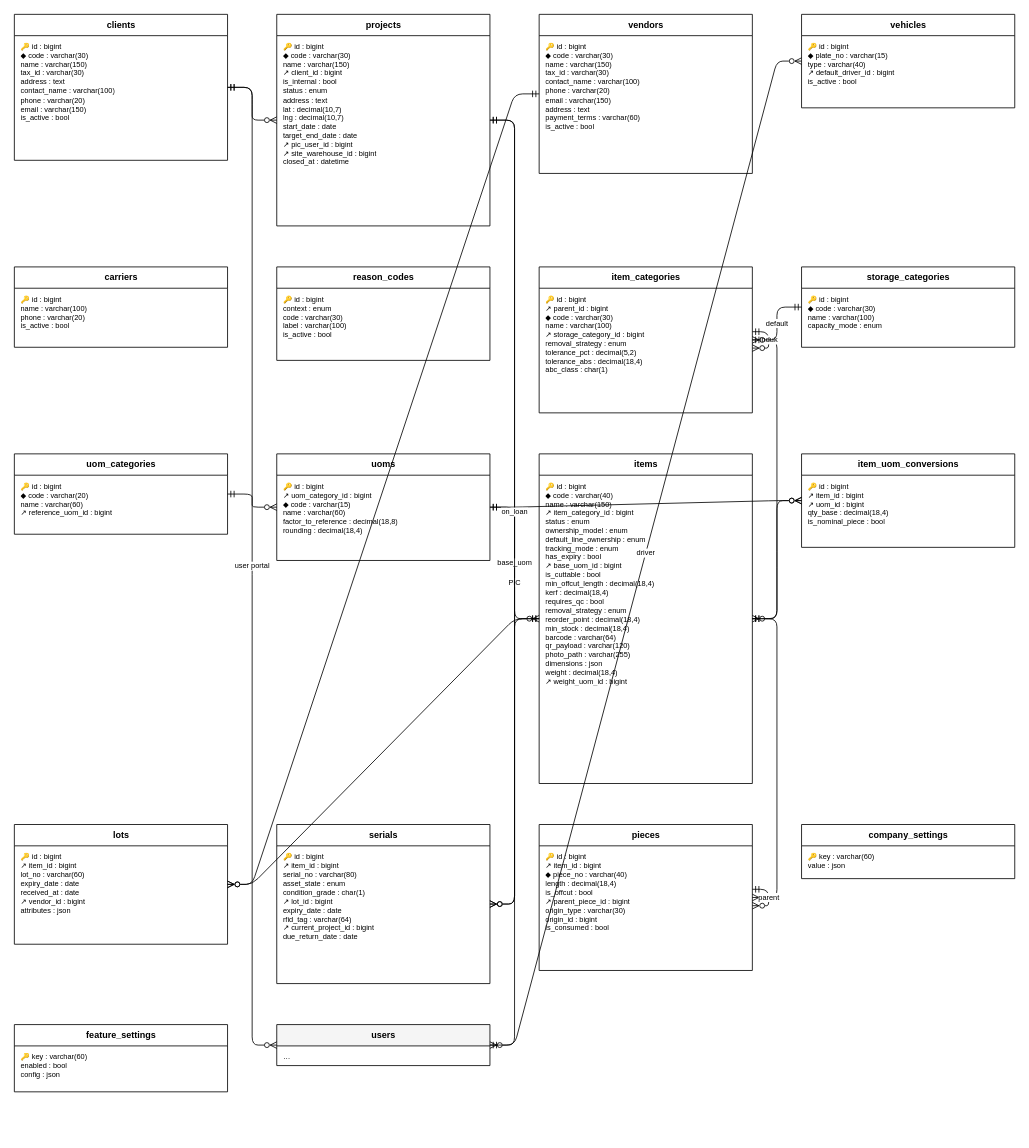
Above: docs/diagram/erd-master.drawio in HengkyDarmawan/wms (draw.io), before the change. Source tidied: cells renumbered, new cells numbered last; positions are measured from the earlier drawing's top-left corner, leaving out a move shared by most shapes. Both pictures are drawn from the tidied source at 82%, with x=0, y=0 at pixel (14, 14).
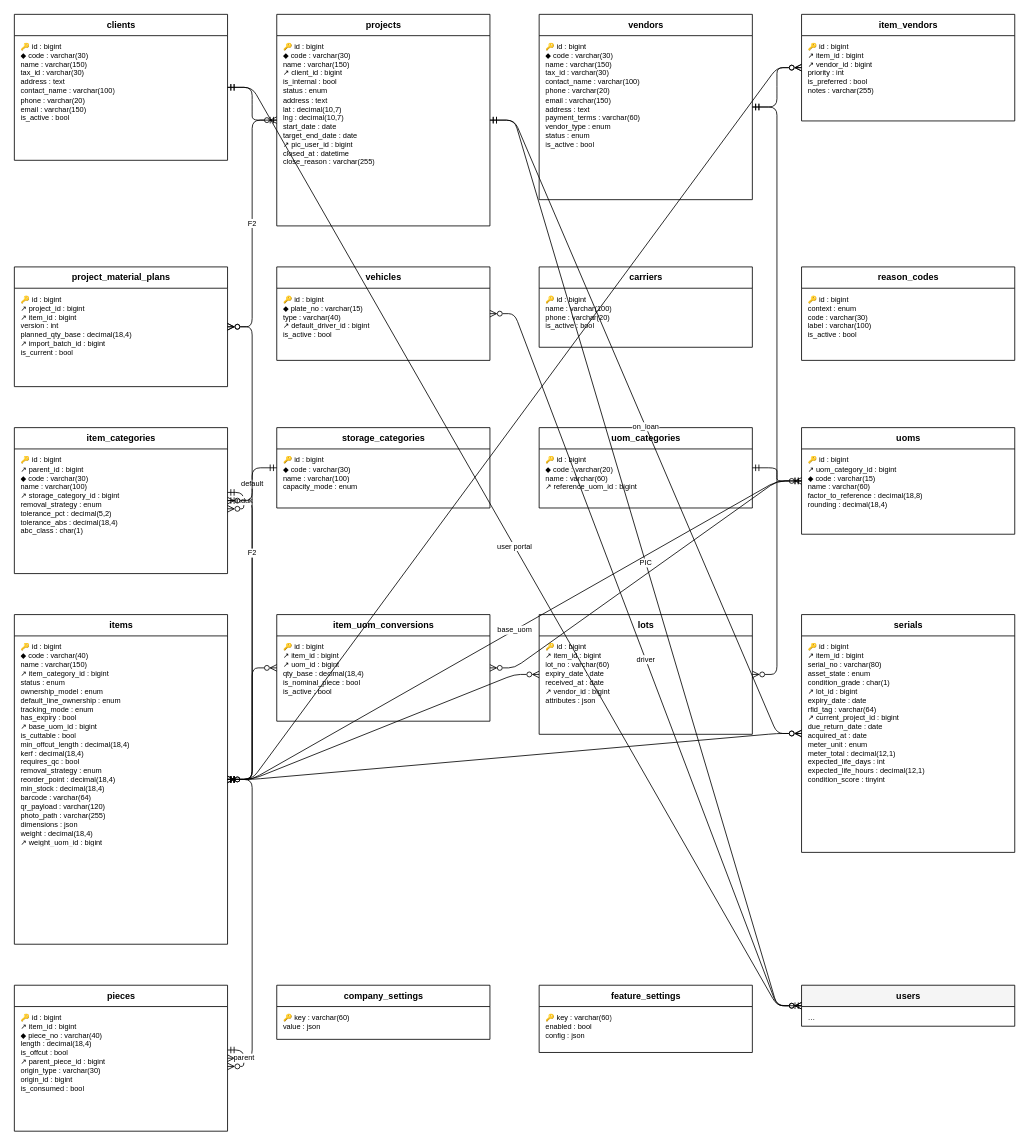
Above is the later version.

The change refers to these unchanged cells:
```xml
<mxCell id="4" value="projects" style="swimlane;fontStyle=1;horizontal=1;startSize=26;html=1;fontSize=11;fillColor=#FFFFFF;" parent="1" vertex="1">
  <mxGeometry x="320" width="260" height="258" as="geometry" />
</mxCell>
```

What changed in the source:
```diff
@@
-    <mxCell id="5" value="🔑 id : bigint&lt;br&gt;◆ code : varchar(30)&lt;br&gt;name : varchar(150)&lt;br&gt;↗ client_id : bigint&lt;br&gt;is_internal : bool&lt;br&gt;status : enum&lt;br&gt;address : text&lt;br&gt;lat : decimal(10,7)&lt;br&gt;lng : decimal(10,7)&lt;br&gt;start_date : date&lt;br&gt;target_end_date : date&lt;br&gt;↗ pic_user_id : bigint&lt;br&gt;↗ site_warehouse_id : bigint&lt;br&gt;closed_at : datetime" style="text;html=1;strokeColor=none;fillColor=none;align=left;verticalAlign=top;spacingLeft=6;spacingTop=2;fontSize=9;whiteSpace=wrap;overflow=hidden;" parent="4" vertex="1">
+    <mxCell id="5" value="🔑 id : bigint&lt;br&gt;◆ code : varchar(30)&lt;br&gt;name : varchar(150)&lt;br&gt;↗ client_id : bigint&lt;br&gt;is_internal : bool&lt;br&gt;status : enum&lt;br&gt;address : text&lt;br&gt;lat : decimal(10,7)&lt;br&gt;lng : decimal(10,7)&lt;br&gt;start_date : date&lt;br&gt;target_end_date : date&lt;br&gt;↗ pic_user_id : bigint&lt;br&gt;closed_at : datetime&lt;br&gt;close_reason : varchar(255)" style="text;html=1;strokeColor=none;fillColor=none;align=left;verticalAlign=top;spacingLeft=6;spacingTop=2;fontSize=9;whiteSpace=wrap;overflow=hidden;" parent="4" vertex="1">
       <mxGeometry y="26" width="260" height="232" as="geometry" />
     </mxCell>
     <mxCell id="6" value="vendors" style="swimlane;fontStyle=1;horizontal=1;startSize=26;html=1;fontSize=11;fillColor=#FFFFFF;" parent="1" vertex="1">
-      <mxGeometry x="640" width="260" height="194" as="geometry" />
+      <mxGeometry x="640" width="260" height="226" as="geometry" />
     </mxCell>
-    <mxCell id="7" value="🔑 id : bigint&lt;br&gt;◆ code : varchar(30)&lt;br&gt;name : varchar(150)&lt;br&gt;tax_id : varchar(30)&lt;br&gt;contact_name : varchar(100)&lt;br&gt;phone : varchar(20)&lt;br&gt;email : varchar(150)&lt;br&gt;address : text&lt;br&gt;payment_terms : varchar(60)&lt;br&gt;is_active : bool" style="text;html=1;strokeColor=none;fillColor=none;align=left;verticalAlign=top;spacingLeft=6;spacingTop=2;fontSize=9;whiteSpace=wrap;overflow=hidden;" parent="6" vertex="1">
-      <mxGeometry y="26" width="260" height="168" as="geometry" />
+    <mxCell id="7" value="🔑 id : bigint&lt;br&gt;◆ code : varchar(30)&lt;br&gt;name : varchar(150)&lt;br&gt;tax_id : varchar(30)&lt;br&gt;contact_name : varchar(100)&lt;br&gt;phone : varchar(20)&lt;br&gt;email : varchar(150)&lt;br&gt;address : text&lt;br&gt;payment_terms : varchar(60)&lt;br&gt;vendor_type : enum&lt;br&gt;status : enum&lt;br&gt;is_active : bool" style="text;html=1;strokeColor=none;fillColor=none;align=left;verticalAlign=top;spacingLeft=6;spacingTop=2;fontSize=9;whiteSpace=wrap;overflow=hidden;" parent="6" vertex="1">
+      <mxGeometry y="26" width="260" height="200" as="geometry" />
     </mxCell>
+    <mxCell id="55" value="item_vendors" style="swimlane;fontStyle=1;horizontal=1;startSize=26;html=1;fontSize=11;fillColor=#FFFFFF;" parent="1" vertex="1">
+      <mxGeometry x="960" width="260" height="130" as="geometry" />
+    </mxCell>
+    <mxCell id="56" value="🔑 id : bigint&lt;br&gt;↗ item_id : bigint&lt;br&gt;↗ vendor_id : bigint&lt;br&gt;priority : int&lt;br&gt;is_preferred : bool&lt;br&gt;notes : varchar(255)" style="text;html=1;strokeColor=none;fillColor=none;align=left;verticalAlign=top;spacingLeft=6;spacingTop=2;fontSize=9;whiteSpace=wrap;overflow=hidden;" parent="55" vertex="1">
+      <mxGeometry y="26" width="260" height="104" as="geometry" />
+    </mxCell>
+    <mxCell id="57" value="project_material_plans" style="swimlane;fontStyle=1;horizontal=1;startSize=26;html=1;fontSize=11;fillColor=#FFFFFF;" parent="1" vertex="1">
+      <mxGeometry y="308" width="260" height="146" as="geometry" />
+    </mxCell>
+    <mxCell id="58" value="🔑 id : bigint&lt;br&gt;↗ project_id : bigint&lt;br&gt;↗ item_id : bigint&lt;br&gt;version : int&lt;br&gt;planned_qty_base : decimal(18,4)&lt;br&gt;↗ import_batch_id : bigint&lt;br&gt;is_current : bool" style="text;html=1;strokeColor=none;fillColor=none;align=left;verticalAlign=top;spacingLeft=6;spacingTop=2;fontSize=9;whiteSpace=wrap;overflow=hidden;" parent="57" vertex="1">
+      <mxGeometry y="26" width="260" height="120" as="geometry" />
+    </mxCell>
     <mxCell id="8" value="vehicles" style="swimlane;fontStyle=1;horizontal=1;startSize=26;html=1;fontSize=11;fillColor=#FFFFFF;" parent="1" vertex="1">
-      <mxGeometry x="960" width="260" height="114" as="geometry" />
+      <mxGeometry x="320" y="308" width="260" height="114" as="geometry" />
     </mxCell>
@@
     <mxCell id="10" value="carriers" style="swimlane;fontStyle=1;horizontal=1;startSize=26;html=1;fontSize=11;fillColor=#FFFFFF;" parent="1" vertex="1">
-      <mxGeometry y="308" width="260" height="98" as="geometry" />
+      <mxGeometry x="640" y="308" width="260" height="98" as="geometry" />
     </mxCell>
@@
     <mxCell id="12" value="reason_codes" style="swimlane;fontStyle=1;horizontal=1;startSize=26;html=1;fontSize=11;fillColor=#FFFFFF;" parent="1" vertex="1">
-      <mxGeometry x="320" y="308" width="260" height="114" as="geometry" />
+      <mxGeometry x="960" y="308" width="260" height="114" as="geometry" />
     </mxCell>
@@
     <mxCell id="14" value="item_categories" style="swimlane;fontStyle=1;horizontal=1;startSize=26;html=1;fontSize=11;fillColor=#FFFFFF;" parent="1" vertex="1">
-      <mxGeometry x="640" y="308" width="260" height="178" as="geometry" />
+      <mxGeometry y="504" width="260" height="178" as="geometry" />
     </mxCell>
@@
     <mxCell id="16" value="storage_categories" style="swimlane;fontStyle=1;horizontal=1;startSize=26;html=1;fontSize=11;fillColor=#FFFFFF;" parent="1" vertex="1">
-      <mxGeometry x="960" y="308" width="260" height="98" as="geometry" />
+      <mxGeometry x="320" y="504" width="260" height="98" as="geometry" />
     </mxCell>
@@
     <mxCell id="18" value="uom_categories" style="swimlane;fontStyle=1;horizontal=1;startSize=26;html=1;fontSize=11;fillColor=#FFFFFF;" parent="1" vertex="1">
-      <mxGeometry y="536" width="260" height="98" as="geometry" />
+      <mxGeometry x="640" y="504" width="260" height="98" as="geometry" />
     </mxCell>
@@
     <mxCell id="20" value="uoms" style="swimlane;fontStyle=1;horizontal=1;startSize=26;html=1;fontSize=11;fillColor=#FFFFFF;" parent="1" vertex="1">
-      <mxGeometry x="320" y="536" width="260" height="130" as="geometry" />
+      <mxGeometry x="960" y="504" width="260" height="130" as="geometry" />
     </mxCell>
@@
     <mxCell id="22" value="items" style="swimlane;fontStyle=1;horizontal=1;startSize=26;html=1;fontSize=11;fillColor=#FFFFFF;" parent="1" vertex="1">
-      <mxGeometry x="640" y="536" width="260" height="402" as="geometry" />
+      <mxGeometry y="732" width="260" height="402" as="geometry" />
     </mxCell>
@@
     <mxCell id="24" value="item_uom_conversions" style="swimlane;fontStyle=1;horizontal=1;startSize=26;html=1;fontSize=11;fillColor=#FFFFFF;" parent="1" vertex="1">
-      <mxGeometry x="960" y="536" width="260" height="114" as="geometry" />
+      <mxGeometry x="320" y="732" width="260" height="130" as="geometry" />
     </mxCell>
-    <mxCell id="25" value="🔑 id : bigint&lt;br&gt;↗ item_id : bigint&lt;br&gt;↗ uom_id : bigint&lt;br&gt;qty_base : decimal(18,4)&lt;br&gt;is_nominal_piece : bool" style="text;html=1;strokeColor=none;fillColor=none;align=left;verticalAlign=top;spacingLeft=6;spacingTop=2;fontSize=9;whiteSpace=wrap;overflow=hidden;" parent="24" vertex="1">
-      <mxGeometry y="26" width="260" height="88" as="geometry" />
+    <mxCell id="25" value="🔑 id : bigint&lt;br&gt;↗ item_id : bigint&lt;br&gt;↗ uom_id : bigint&lt;br&gt;qty_base : decimal(18,4)&lt;br&gt;is_nominal_piece : bool&lt;br&gt;is_active : bool" style="text;html=1;strokeColor=none;fillColor=none;align=left;verticalAlign=top;spacingLeft=6;spacingTop=2;fontSize=9;whiteSpace=wrap;overflow=hidden;" parent="24" vertex="1">
+      <mxGeometry y="26" width="260" height="104" as="geometry" />
     </mxCell>
     <mxCell id="26" value="lots" style="swimlane;fontStyle=1;horizontal=1;startSize=26;html=1;fontSize=11;fillColor=#FFFFFF;" parent="1" vertex="1">
-      <mxGeometry y="988" width="260" height="146" as="geometry" />
+      <mxGeometry x="640" y="732" width="260" height="146" as="geometry" />
     </mxCell>
@@
     <mxCell id="28" value="serials" style="swimlane;fontStyle=1;horizontal=1;startSize=26;html=1;fontSize=11;fillColor=#FFFFFF;" parent="1" vertex="1">
-      <mxGeometry x="320" y="988" width="260" height="194" as="geometry" />
+      <mxGeometry x="960" y="732" width="260" height="290" as="geometry" />
     </mxCell>
-    <mxCell id="29" value="🔑 id : bigint&lt;br&gt;↗ item_id : bigint&lt;br&gt;serial_no : varchar(80)&lt;br&gt;asset_state : enum&lt;br&gt;condition_grade : char(1)&lt;br&gt;↗ lot_id : bigint&lt;br&gt;expiry_date : date&lt;br&gt;rfid_tag : varchar(64)&lt;br&gt;↗ current_project_id : bigint&lt;br&gt;due_return_date : date" style="text;html=1;strokeColor=none;fillColor=none;align=left;verticalAlign=top;spacingLeft=6;spacingTop=2;fontSize=9;whiteSpace=wrap;overflow=hidden;" parent="28" vertex="1">
-      <mxGeometry y="26" width="260" height="168" as="geometry" />
+    <mxCell id="29" value="🔑 id : bigint&lt;br&gt;↗ item_id : bigint&lt;br&gt;serial_no : varchar(80)&lt;br&gt;asset_state : enum&lt;br&gt;condition_grade : char(1)&lt;br&gt;↗ lot_id : bigint&lt;br&gt;expiry_date : date&lt;br&gt;rfid_tag : varchar(64)&lt;br&gt;↗ current_project_id : bigint&lt;br&gt;due_return_date : date&lt;br&gt;acquired_at : date&lt;br&gt;meter_unit : enum&lt;br&gt;meter_total : decimal(12,1)&lt;br&gt;expected_life_days : int&lt;br&gt;expected_life_hours : decimal(12,1)&lt;br&gt;condition_score : tinyint" style="text;html=1;strokeColor=none;fillColor=none;align=left;verticalAlign=top;spacingLeft=6;spacingTop=2;fontSize=9;whiteSpace=wrap;overflow=hidden;" parent="28" vertex="1">
+      <mxGeometry y="26" width="260" height="264" as="geometry" />
     </mxCell>
     <mxCell id="30" value="pieces" style="swimlane;fontStyle=1;horizontal=1;startSize=26;html=1;fontSize=11;fillColor=#FFFFFF;" parent="1" vertex="1">
-      <mxGeometry x="640" y="988" width="260" height="178" as="geometry" />
+      <mxGeometry y="1184" width="260" height="178" as="geometry" />
     </mxCell>
@@
     <mxCell id="32" value="company_settings" style="swimlane;fontStyle=1;horizontal=1;startSize=26;html=1;fontSize=11;fillColor=#FFFFFF;" parent="1" vertex="1">
-      <mxGeometry x="960" y="988" width="260" height="66" as="geometry" />
+      <mxGeometry x="320" y="1184" width="260" height="66" as="geometry" />
     </mxCell>
@@
     <mxCell id="34" value="feature_settings" style="swimlane;fontStyle=1;horizontal=1;startSize=26;html=1;fontSize=11;fillColor=#FFFFFF;" parent="1" vertex="1">
-      <mxGeometry y="1232" width="260" height="82" as="geometry" />
+      <mxGeometry x="640" y="1184" width="260" height="82" as="geometry" />
     </mxCell>
@@
     <mxCell id="36" value="users" style="swimlane;fontStyle=1;horizontal=1;startSize=26;html=1;fontSize=11;fillColor=#F5F5F5;" parent="1" vertex="1">
-      <mxGeometry x="320" y="1232" width="260" height="50" as="geometry" />
+      <mxGeometry x="960" y="1184" width="260" height="50" as="geometry" />
     </mxCell>
@@
+    <mxCell id="59" style="edgeStyle=entityRelationEdgeStyle;fontSize=9;html=1;endArrow=ERzeroToMany;startArrow=ERmandOne;endFill=0;startFill=0;" parent="1" edge="1" source="22" target="55">
+      <mxGeometry relative="1" as="geometry" />
+    </mxCell>
+    <mxCell id="60" style="edgeStyle=entityRelationEdgeStyle;fontSize=9;html=1;endArrow=ERzeroToMany;startArrow=ERmandOne;endFill=0;startFill=0;" parent="1" edge="1" source="6" target="55">
+      <mxGeometry relative="1" as="geometry" />
+    </mxCell>
+    <mxCell id="61" value="F2" style="edgeStyle=entityRelationEdgeStyle;fontSize=9;html=1;endArrow=ERzeroToMany;startArrow=ERmandOne;endFill=0;startFill=0;" parent="1" edge="1" source="4" target="57">
+      <mxGeometry relative="1" as="geometry" />
+    </mxCell>
+    <mxCell id="62" value="F2" style="edgeStyle=entityRelationEdgeStyle;fontSize=9;html=1;endArrow=ERzeroToMany;startArrow=ERmandOne;endFill=0;startFill=0;" parent="1" edge="1" source="22" target="57">
+      <mxGeometry relative="1" as="geometry" />
+    </mxCell>
```
